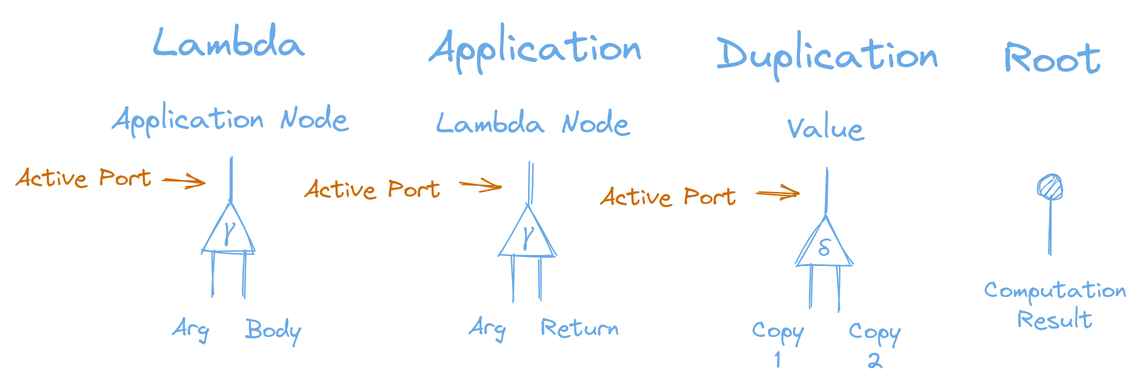
zicklag/blog keeps this Excalidraw diagram as content/interaction-nets-combinators-calculus/lambda-nodes.excalidraw.png. Above is the earlier version. Source tidied: one line per element, renumbered; positions are measured from the earlier drawing's top-left corner, leaving out a move shared by most shapes.
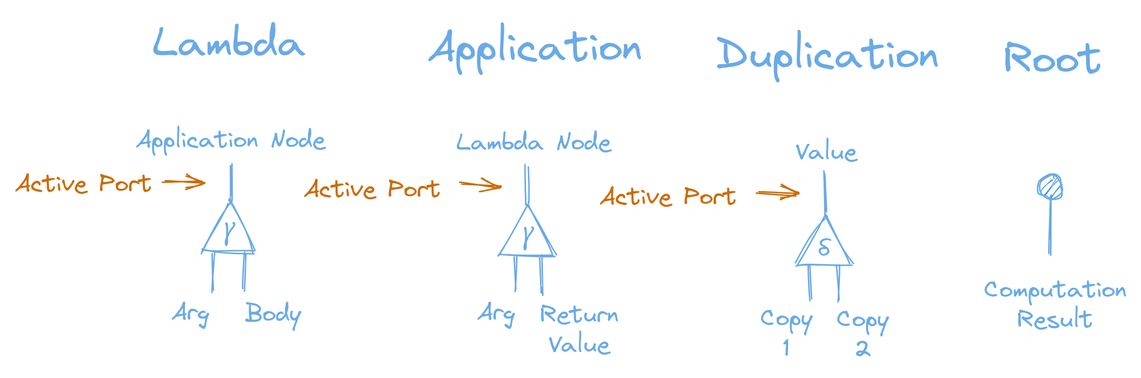
Later version of the same file.

Commit message:
style: tweak diagram style slightly.

The edit, as a diff of the source:
```diff
@@ -1,37 +1,37 @@
 {"id": 0, "type": "text", "text": "Lambda", "strokeColor": "#1864ab", "strokeWidth": 1, "roughness": 1, "fontSize": 28, "fontFamily": 1, "textAlign": "center", "x": 92, "y": 0, "width": 102, "height": 35}
-{"id": 1, "type": "text", "text": "Arg", "strokeColor": "#1864ab", "strokeWidth": 1, "roughness": 1, "fontSize": 16, "fontFamily": 1, "textAlign": "center", "x": 104, "y": 198, "width": 25, "height": 20}
+{"id": 1, "type": "text", "text": "Arg", "strokeColor": "#1864ab", "strokeWidth": 1, "roughness": 1, "fontSize": 16, "fontFamily": 1, "textAlign": "center", "x": 104, "y": 188, "width": 25, "height": 20}
-{"id": 2, "type": "text", "text": "Body", "strokeColor": "#1864ab", "strokeWidth": 1, "roughness": 1, "fontSize": 16, "fontFamily": 1, "textAlign": "center", "x": 153, "y": 199, "width": 37, "height": 20}
+{"id": 2, "type": "text", "text": "Body", "strokeColor": "#1864ab", "strokeWidth": 1, "roughness": 1, "fontSize": 16, "fontFamily": 1, "textAlign": "center", "x": 153, "y": 189, "width": 37, "height": 20}
 {"id": 3, "type": "text", "text": "Application", "strokeColor": "#1864ab", "strokeWidth": 1, "roughness": 1, "fontSize": 28, "fontFamily": 1, "textAlign": "center", "x": 275, "y": 3, "width": 143, "height": 35}
 {"id": 4, "type": "text", "text": "Duplication", "strokeColor": "#1864ab", "strokeWidth": 1, "roughness": 1, "fontSize": 28, "fontFamily": 1, "textAlign": "center", "x": 467, "y": 8, "width": 148, "height": 35}
-{"id": 5, "type": "text", "text": "Value", "strokeColor": "#1864ab", "strokeWidth": 1, "roughness": 1, "fontSize": 20, "fontFamily": 1, "textAlign": "center", "x": 515, "y": 62, "width": 51, "height": 25}
+{"id": 5, "type": "text", "text": "Value", "strokeColor": "#1864ab", "strokeWidth": 1, "roughness": 1, "fontSize": 16, "fontFamily": 1, "textAlign": "center", "x": 521, "y": 81, "width": 41, "height": 20}
-{"id": 6, "type": "text", "text": "Lambda Node", "strokeColor": "#1864ab", "strokeWidth": 1, "roughness": 1, "fontSize": 20, "fontFamily": 1, "textAlign": "center", "x": 281, "y": 59, "width": 129, "height": 25}
+{"id": 6, "type": "text", "text": "Lambda Node", "strokeColor": "#1864ab", "strokeWidth": 1, "roughness": 1, "fontSize": 16, "fontFamily": 1, "textAlign": "center", "x": 294, "y": 74, "width": 103, "height": 20}
-{"id": 7, "type": "text", "text": "Application Node", "strokeColor": "#1864ab", "strokeWidth": 1, "roughness": 1, "fontSize": 20, "fontFamily": 1, "textAlign": "center", "x": 64, "y": 56, "width": 158, "height": 25}
+{"id": 7, "type": "text", "text": "Application Node", "strokeColor": "#1864ab", "strokeWidth": 1, "roughness": 1, "fontSize": 16, "fontFamily": 1, "textAlign": "center", "x": 80, "y": 73, "width": 127, "height": 20}
 {"id": 8, "type": "text", "text": "Root", "strokeColor": "#1864ab", "strokeWidth": 1, "roughness": 1, "fontSize": 28, "fontFamily": 1, "textAlign": "center", "x": 659, "y": 11, "width": 66, "height": 35}
 {"id": 9, "type": "line", "strokeColor": "#1864ab", "angle": 6.27, "strokeWidth": 1, "roughness": 1, "round": true, "x": 690, "y": 160, "width": 0, "height": 39, "points": [[0, 0], [0, -39]]}
 {"id": 10, "type": "ellipse", "strokeColor": "#1864ab", "backgroundColor": "#228be6", "fillStyle": "hachure", "strokeWidth": 1, "roughness": 1, "round": true, "x": 683, "y": 107, "width": 15, "height": 15}
 {"id": 11, "type": "text", "text": "Computation\nResult", "strokeColor": "#1864ab", "strokeWidth": 1, "roughness": 1, "fontSize": 16, "fontFamily": 1, "textAlign": "center", "x": 646, "y": 173, "width": 95, "height": 40}
 {"id": 12, "type": "text", "text": "Active Port", "strokeColor": "#e67700", "backgroundColor": "#228be6", "fillStyle": "cross-hatch", "strokeWidth": 1, "roughness": 1, "fontSize": 16, "fontFamily": 1, "textAlign": "center", "x": 192, "y": 106, "width": 92, "height": 20}
-{"id": 13, "type": "arrow", "strokeColor": "#e67700", "backgroundColor": "#228be6", "fillStyle": "cross-hatch", "strokeWidth": 1, "roughness": 1, "endArrowhead": "arrow", "round": true, "from": 14, "x": 99, "y": 110, "width": 26, "height": 1, "points": [[0, 0], [26, 1]]}
+{"id": 13, "type": "arrow", "strokeColor": "#e67700", "backgroundColor": "#228be6", "fillStyle": "cross-hatch", "strokeWidth": 1, "roughness": 1, "endArrowhead": "arrow", "round": true, "from": 14, "x": 99, "y": 112, "width": 26, "height": 0, "points": [[0, 0], [26, 0]]}
-{"id": 14, "type": "text", "text": "Active Port", "strokeColor": "#e67700", "backgroundColor": "#228be6", "fillStyle": "cross-hatch", "strokeWidth": 1, "roughness": 1, "fontSize": 16, "fontFamily": 1, "textAlign": "center", "x": 0, "y": 98, "width": 92, "height": 20}
+{"id": 14, "type": "text", "text": "Active Port", "strokeColor": "#e67700", "backgroundColor": "#228be6", "fillStyle": "cross-hatch", "strokeWidth": 1, "roughness": 1, "fontSize": 16, "fontFamily": 1, "textAlign": "center", "x": 0, "y": 102, "width": 92, "height": 20}
 {"id": 15, "type": "line", "strokeColor": "#1864ab", "angle": 6.29, "strokeWidth": 1, "roughness": 1, "x": 143, "y": 124, "width": 37, "height": 33, "points": [[0, 0], [-19, 33], [17, 33], [0, 0]]}
 {"id": 16, "type": "text", "text": "γ", "strokeColor": "#1864ab", "backgroundColor": "#ced4da", "fillStyle": "solid", "strokeWidth": 1, "roughness": 1, "fontSize": 16, "fontFamily": 1, "textAlign": "center", "x": 140, "y": 131, "width": 7, "height": 20}
-{"id": 17, "type": "arrow", "strokeColor": "#1864ab", "backgroundColor": "#ced4da", "fillStyle": "solid", "strokeWidth": 1, "roughness": 1, "round": true, "from": 16, "to": 7, "x": 144, "y": 124, "width": 1, "height": 29, "points": [[0, 0], [1, -29]]}
+{"id": 17, "type": "arrow", "strokeColor": "#1864ab", "backgroundColor": "#ced4da", "fillStyle": "solid", "strokeWidth": 1, "roughness": 1, "round": true, "from": 16, "to": 7, "x": 144, "y": 124, "width": 1, "height": 24, "points": [[0, 0], [1, -24]]}
-{"id": 18, "type": "arrow", "strokeColor": "#1864ab", "backgroundColor": "#ced4da", "fillStyle": "solid", "strokeWidth": 1, "roughness": 1, "round": true, "from": 16, "to": 2, "x": 153, "y": 157, "width": 1, "height": 31, "points": [[0, 0], [1, 31]]}
+{"id": 18, "type": "arrow", "strokeColor": "#1864ab", "backgroundColor": "#ced4da", "fillStyle": "solid", "strokeWidth": 1, "roughness": 1, "round": true, "from": 16, "to": 2, "x": 153, "y": 159, "width": 1, "height": 25, "points": [[0, 0], [1, 25]]}
-{"id": 19, "type": "arrow", "strokeColor": "#1864ab", "backgroundColor": "#ced4da", "fillStyle": "solid", "strokeWidth": 1, "roughness": 1, "round": true, "from": 16, "to": 1, "x": 132, "y": 157, "width": 0, "height": 29, "points": [[0, 0], [0, 29]]}
+{"id": 19, "type": "arrow", "strokeColor": "#1864ab", "backgroundColor": "#ced4da", "fillStyle": "solid", "strokeWidth": 1, "roughness": 1, "round": true, "from": 16, "to": 1, "x": 132, "y": 159, "width": 0, "height": 25, "points": [[0, 0], [0, 25]]}
-{"id": 20, "type": "text", "text": "Arg", "strokeColor": "#1864ab", "strokeWidth": 1, "roughness": 1, "fontSize": 16, "fontFamily": 1, "textAlign": "center", "x": 302, "y": 197, "width": 25, "height": 20}
+{"id": 20, "type": "text", "text": "Arg", "strokeColor": "#1864ab", "strokeWidth": 1, "roughness": 1, "fontSize": 16, "fontFamily": 1, "textAlign": "center", "x": 308, "y": 188, "width": 25, "height": 20}
-{"id": 21, "type": "text", "text": "Return", "strokeColor": "#1864ab", "strokeWidth": 1, "roughness": 1, "fontSize": 16, "fontFamily": 1, "textAlign": "center", "x": 351, "y": 198, "width": 52, "height": 20}
+{"id": 21, "type": "text", "text": "Return\nValue", "strokeColor": "#1864ab", "strokeWidth": 1, "roughness": 1, "fontSize": 16, "fontFamily": 1, "textAlign": "center", "x": 350, "y": 189, "width": 52, "height": 40}
 {"id": 22, "type": "arrow", "strokeColor": "#e67700", "backgroundColor": "#228be6", "fillStyle": "cross-hatch", "strokeWidth": 1, "roughness": 1, "endArrowhead": "arrow", "round": true, "from": 12, "x": 298, "y": 113, "width": 26, "height": 1, "points": [[0, 0], [26, 1]]}
 {"id": 23, "type": "line", "strokeColor": "#1864ab", "angle": 6.29, "strokeWidth": 1, "roughness": 1, "x": 342, "y": 127, "width": 37, "height": 33, "points": [[0, 0], [-19, 33], [17, 33], [0, 0]]}
 {"id": 24, "type": "text", "text": "γ", "strokeColor": "#1864ab", "backgroundColor": "#ced4da", "fillStyle": "solid", "strokeWidth": 1, "roughness": 1, "fontSize": 16, "fontFamily": 1, "textAlign": "center", "x": 339, "y": 134, "width": 7, "height": 20}
-{"id": 25, "type": "arrow", "strokeColor": "#1864ab", "backgroundColor": "#ced4da", "fillStyle": "solid", "strokeWidth": 1, "roughness": 1, "round": true, "from": 24, "to": 6, "x": 343, "y": 127, "width": 1, "height": 29, "points": [[0, 0], [1, -29]]}
+{"id": 25, "type": "arrow", "strokeColor": "#1864ab", "backgroundColor": "#ced4da", "fillStyle": "solid", "strokeWidth": 1, "roughness": 1, "round": true, "from": 24, "to": 6, "x": 341, "y": 127, "width": 0, "height": 27, "points": [[0, 0], [0, -27]]}
-{"id": 26, "type": "arrow", "strokeColor": "#1864ab", "backgroundColor": "#ced4da", "fillStyle": "solid", "strokeWidth": 1, "roughness": 1, "round": true, "from": 24, "to": 21, "x": 351, "y": 162, "width": 0, "height": 27, "points": [[0, 0], [0, 27]]}
+{"id": 26, "type": "arrow", "strokeColor": "#1864ab", "backgroundColor": "#ced4da", "fillStyle": "solid", "strokeWidth": 1, "roughness": 1, "round": true, "from": 24, "to": 21, "x": 351, "y": 161, "width": 1, "height": 25, "points": [[0, 0], [1, 25]]}
-{"id": 27, "type": "arrow", "strokeColor": "#1864ab", "backgroundColor": "#ced4da", "fillStyle": "solid", "strokeWidth": 1, "roughness": 1, "round": true, "from": 24, "to": 20, "x": 332, "y": 161, "width": 0, "height": 30, "points": [[0, 0], [0, 30]]}
+{"id": 27, "type": "arrow", "strokeColor": "#1864ab", "backgroundColor": "#ced4da", "fillStyle": "solid", "strokeWidth": 1, "roughness": 1, "round": true, "from": 24, "to": 20, "x": 334, "y": 162, "width": 1, "height": 22, "points": [[0, 0], [-1, 22]]}
 {"id": 28, "type": "text", "text": "Active Port", "strokeColor": "#e67700", "backgroundColor": "#228be6", "fillStyle": "cross-hatch", "strokeWidth": 1, "roughness": 1, "fontSize": 16, "fontFamily": 1, "textAlign": "center", "x": 390, "y": 111, "width": 92, "height": 20}
-{"id": 29, "type": "text", "text": "Copy\n1", "strokeColor": "#1864ab", "strokeWidth": 1, "roughness": 1, "fontSize": 16, "fontFamily": 1, "textAlign": "center", "x": 491, "y": 199, "width": 35, "height": 40}
+{"id": 29, "type": "text", "text": "Copy\n1", "strokeColor": "#1864ab", "strokeWidth": 1, "roughness": 1, "fontSize": 16, "fontFamily": 1, "textAlign": "center", "x": 497, "y": 192, "width": 35, "height": 40}
-{"id": 30, "type": "text", "text": "Copy\n2", "strokeColor": "#1864ab", "strokeWidth": 1, "roughness": 1, "fontSize": 16, "fontFamily": 1, "textAlign": "center", "x": 556, "y": 200, "width": 35, "height": 40}
+{"id": 30, "type": "text", "text": "Copy\n2", "strokeColor": "#1864ab", "strokeWidth": 1, "roughness": 1, "fontSize": 16, "fontFamily": 1, "textAlign": "center", "x": 548, "y": 193, "width": 35, "height": 40}
 {"id": 31, "type": "arrow", "strokeColor": "#e67700", "backgroundColor": "#228be6", "fillStyle": "cross-hatch", "strokeWidth": 1, "roughness": 1, "endArrowhead": "arrow", "round": true, "from": 28, "x": 495, "y": 119, "width": 26, "height": 1, "points": [[0, 0], [26, 1]]}
-{"id": 32, "type": "arrow", "strokeColor": "#1864ab", "backgroundColor": "#ced4da", "fillStyle": "solid", "strokeWidth": 1, "roughness": 1, "round": true, "from": 36, "to": 5, "x": 540, "y": 132, "width": 1, "height": 29, "points": [[0, 0], [1, -29]]}
+{"id": 32, "type": "arrow", "strokeColor": "#1864ab", "backgroundColor": "#ced4da", "fillStyle": "solid", "strokeWidth": 1, "roughness": 1, "round": true, "from": 36, "to": 5, "x": 540, "y": 132, "width": 1, "height": 26, "points": [[0, 0], [-1, -26]]}
-{"id": 33, "type": "arrow", "strokeColor": "#1864ab", "backgroundColor": "#ced4da", "fillStyle": "solid", "strokeWidth": 1, "roughness": 1, "round": true, "from": 36, "to": 30, "x": 548, "y": 167, "width": 1, "height": 30, "points": [[0, 0], [1, 30]]}
+{"id": 33, "type": "arrow", "strokeColor": "#1864ab", "backgroundColor": "#ced4da", "fillStyle": "solid", "strokeWidth": 1, "roughness": 1, "round": true, "from": 36, "to": 30, "x": 548, "y": 167, "width": 1, "height": 23, "points": [[0, 0], [1, 23]]}
-{"id": 34, "type": "arrow", "strokeColor": "#1864ab", "backgroundColor": "#ced4da", "fillStyle": "solid", "strokeWidth": 1, "roughness": 1, "round": true, "from": 36, "to": 29, "x": 531, "y": 166, "width": 0, "height": 29, "points": [[0, 0], [0, 29]]}
+{"id": 34, "type": "arrow", "strokeColor": "#1864ab", "backgroundColor": "#ced4da", "fillStyle": "solid", "strokeWidth": 1, "roughness": 1, "round": true, "from": 36, "to": 29, "x": 529, "y": 167, "width": 2, "height": 23, "points": [[0, 0], [2, 23]]}
 {"id": 35, "type": "line", "strokeColor": "#1864ab", "angle": 6.29, "strokeWidth": 1, "roughness": 1, "x": 540, "y": 133, "width": 37, "height": 33, "points": [[0, 0], [-19, 33], [17, 33], [0, 0]]}
 {"id": 36, "type": "text", "text": "δ", "strokeColor": "#1864ab", "backgroundColor": "#ced4da", "fillStyle": "solid", "strokeWidth": 1, "roughness": 1, "fontSize": 16, "fontFamily": 1, "textAlign": "center", "x": 535, "y": 145, "width": 9, "height": 20}
```
